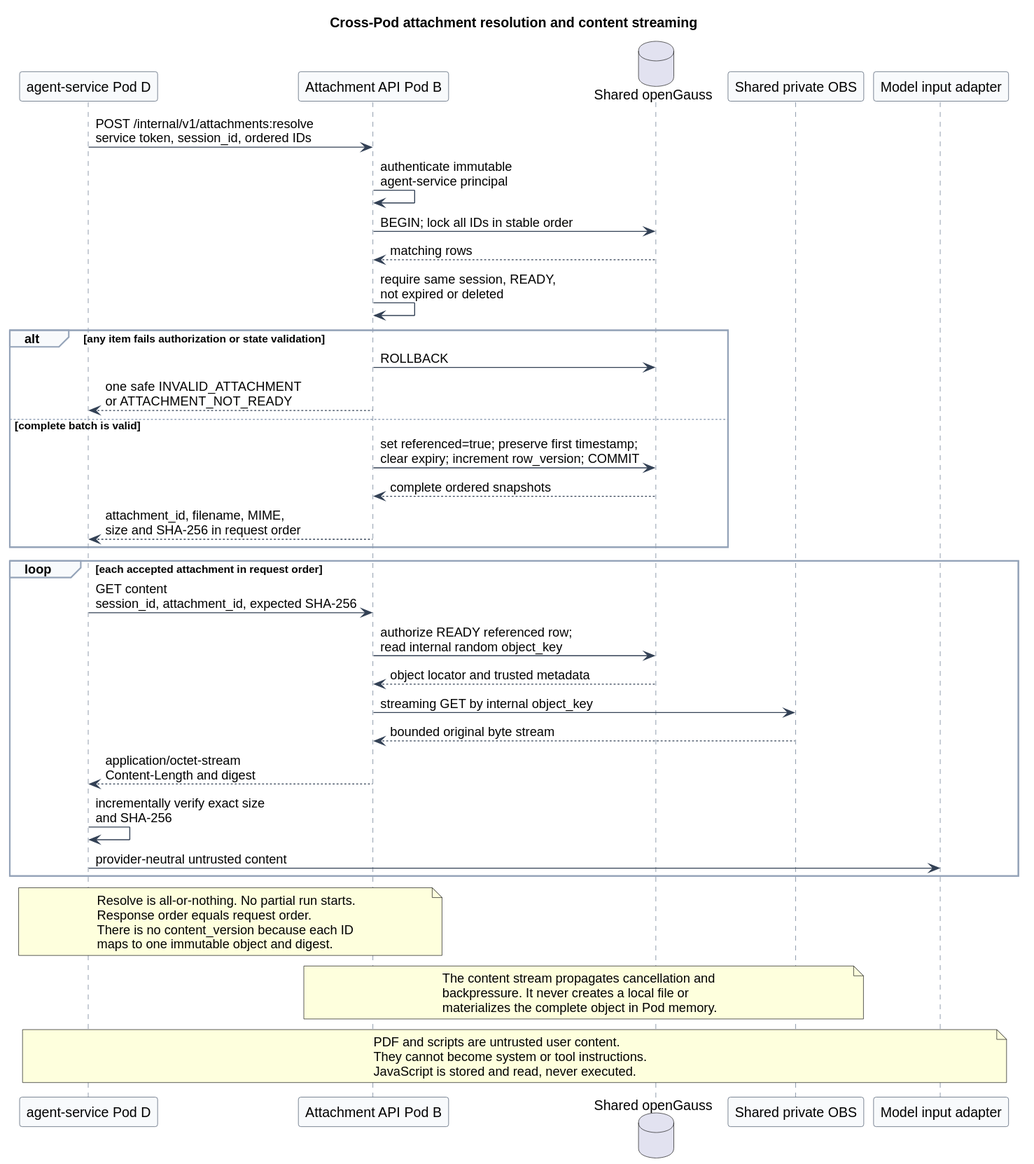
This is campusmate-attachment-service/attachment_cross_pod_resolution_flow.svg from superheromeZzh/pi-mono-java-design, a PlantUML export, as it was before one commit. Source of this version:
```plantuml
@startuml
title Cross-Pod attachment resolution and content streaming


skinparam backgroundColor #FFFFFF
skinparam shadowing false
skinparam defaultFontName Arial
skinparam sequence {
  ArrowColor #334155
  LifeLineBorderColor #64748B
  LifeLineBackgroundColor #F8FAFC
  ParticipantBorderColor #475569
  ParticipantBackgroundColor #F8FAFC
  GroupBorderColor #94A3B8
  GroupBackgroundColor #F8FAFC
}

participant "agent-service Pod D" as Agent
participant "Attachment API Pod B" as API
database "Shared openGauss" as DB
participant "Shared private OBS" as OBS
participant "Model input adapter" as Model

Agent -> API : POST /internal/v1/attachments:resolve\nservice token, session_id, ordered IDs
API -> API : authenticate immutable\nagent-service principal
API -> DB : BEGIN; lock all IDs in stable order
DB --> API : matching rows
API -> API : require same session, READY,\nnot expired or deleted

alt any item fails authorization or state validation
  API -> DB : ROLLBACK
  API --> Agent : one safe INVALID_ATTACHMENT\nor ATTACHMENT_NOT_READY
else complete batch is valid
  API -> DB : set referenced=true; preserve first timestamp;\nclear expiry; increment row_version; COMMIT
  DB --> API : complete ordered snapshots
  API --> Agent : attachment_id, filename, MIME,\nsize and SHA-256 in request order
end

loop each accepted attachment in request order
  Agent -> API : GET content\nsession_id, attachment_id, expected SHA-256
  API -> DB : authorize READY referenced row;\nread internal random object_key
  DB --> API : object locator and trusted metadata
  API -> OBS : streaming GET by internal object_key
  OBS --> API : bounded original byte stream
  API --> Agent : application/octet-stream\nContent-Length and digest
  Agent -> Agent : incrementally verify exact size\nand SHA-256
  Agent -> Model : provider-neutral untrusted content
end

note over Agent,API
Resolve is all-or-nothing. No partial run starts.
Response order equals request order.
There is no content_version because each ID
maps to one immutable object and digest.
end note

note over API,OBS
The content stream propagates cancellation and
backpressure. It never creates a local file or
materializes the complete object in Pod memory.
end note

note over Agent,Model
PDF and scripts are untrusted user content.
They cannot become system or tool instructions.
JavaScript is stored and read, never executed.
end note
@enduml
```
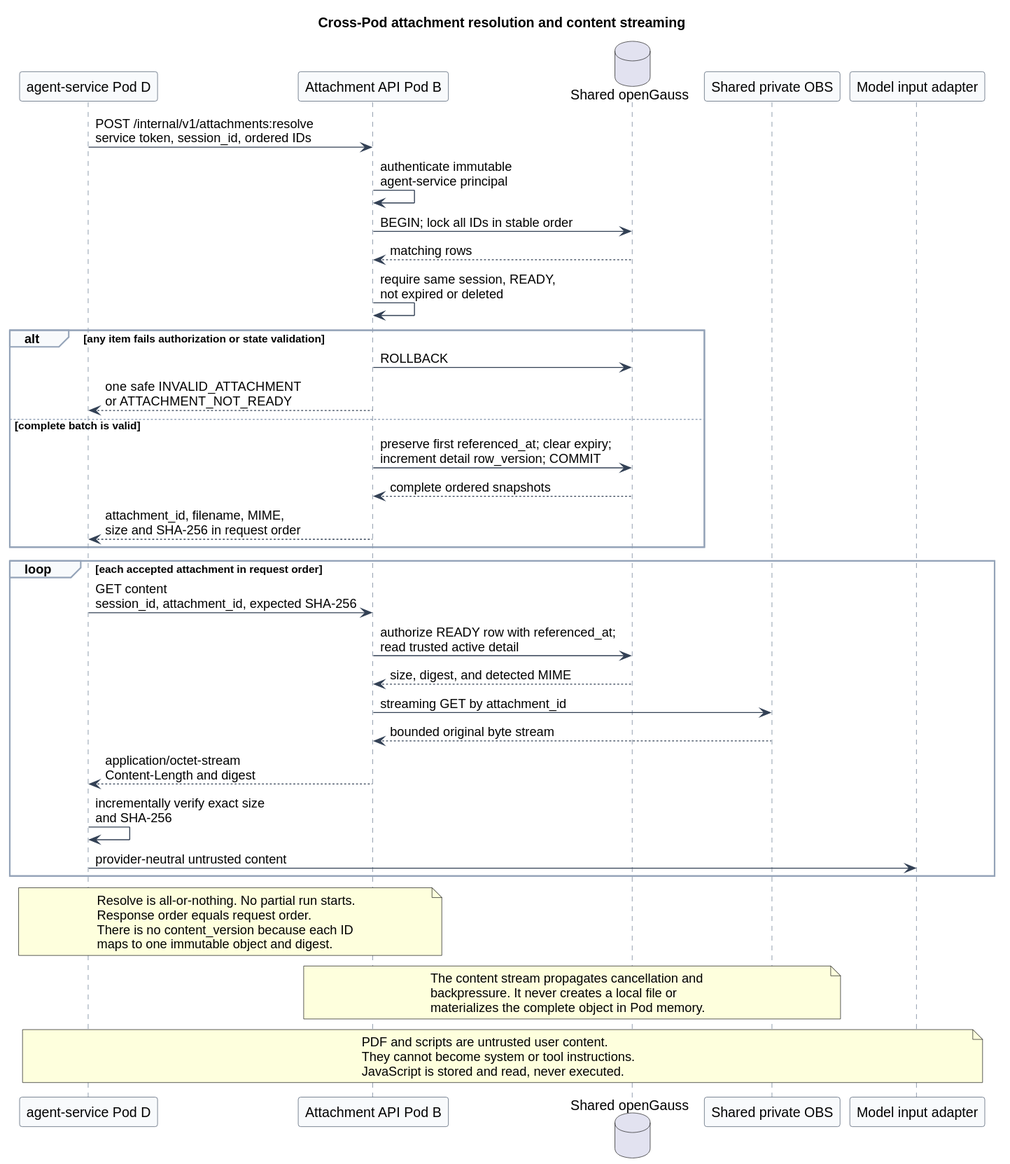
After the change.

What changed in the source:
```diff
@@ -31,16 +31,16 @@
   API -> DB : ROLLBACK
   API --> Agent : one safe INVALID_ATTACHMENT\nor ATTACHMENT_NOT_READY
 else complete batch is valid
-  API -> DB : set referenced=true; preserve first timestamp;\nclear expiry; increment row_version; COMMIT
+  API -> DB : preserve first referenced_at; clear expiry;\nincrement detail row_version; COMMIT
   DB --> API : complete ordered snapshots
   API --> Agent : attachment_id, filename, MIME,\nsize and SHA-256 in request order
 end
 
 loop each accepted attachment in request order
   Agent -> API : GET content\nsession_id, attachment_id, expected SHA-256
-  API -> DB : authorize READY referenced row;\nread internal random object_key
-  DB --> API : object locator and trusted metadata
-  API -> OBS : streaming GET by internal object_key
+  API -> DB : authorize READY row with referenced_at;\nread trusted active detail
+  DB --> API : size, digest, and detected MIME
+  API -> OBS : streaming GET by attachment_id
   OBS --> API : bounded original byte stream
   API --> Agent : application/octet-stream\nContent-Length and digest
   Agent -> Agent : incrementally verify exact size\nand SHA-256
```
